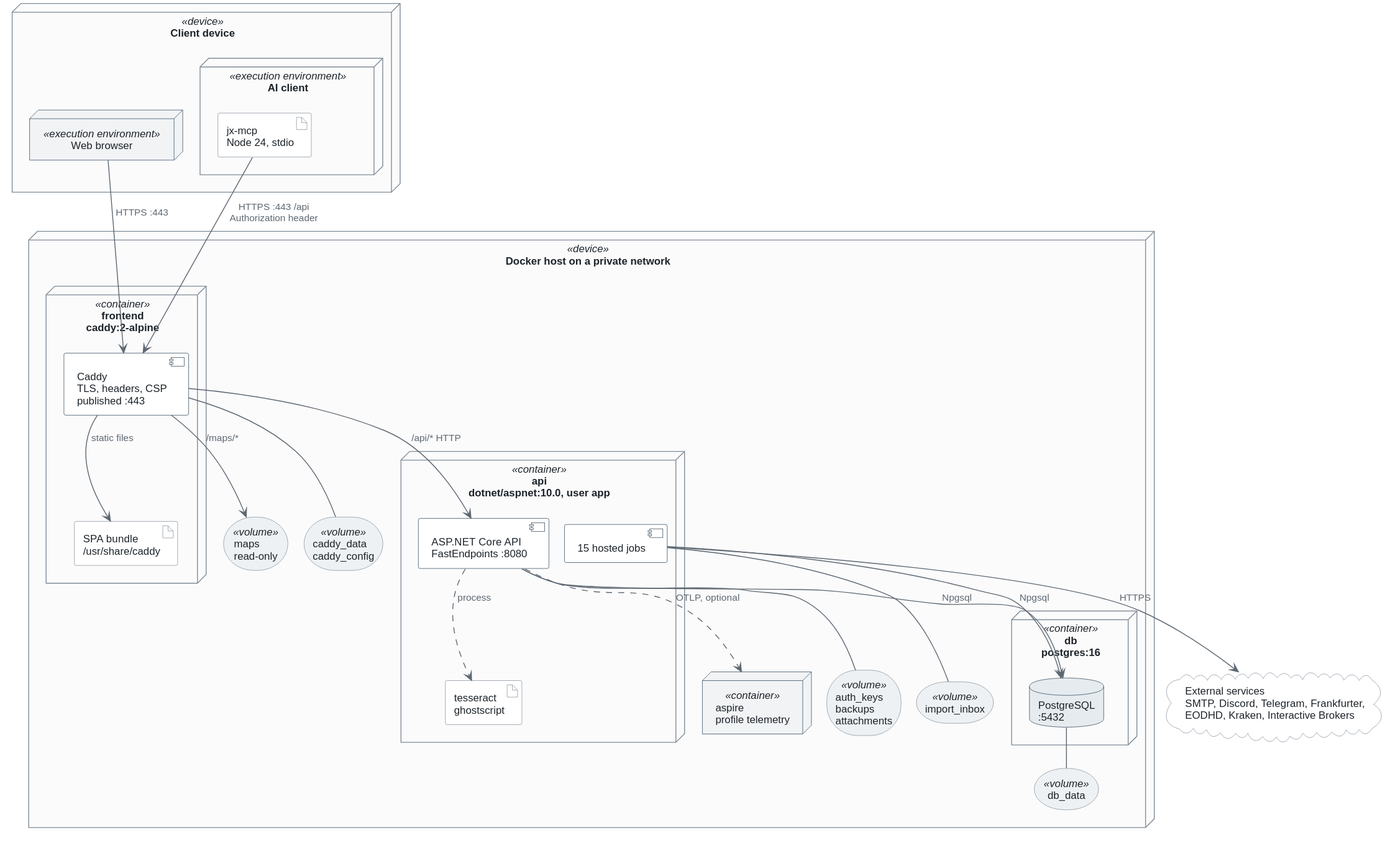
This is docs/architecture/diagrams/deployment.svg from Justxs/Jx-Finance, a PlantUML export, as it was before one commit.
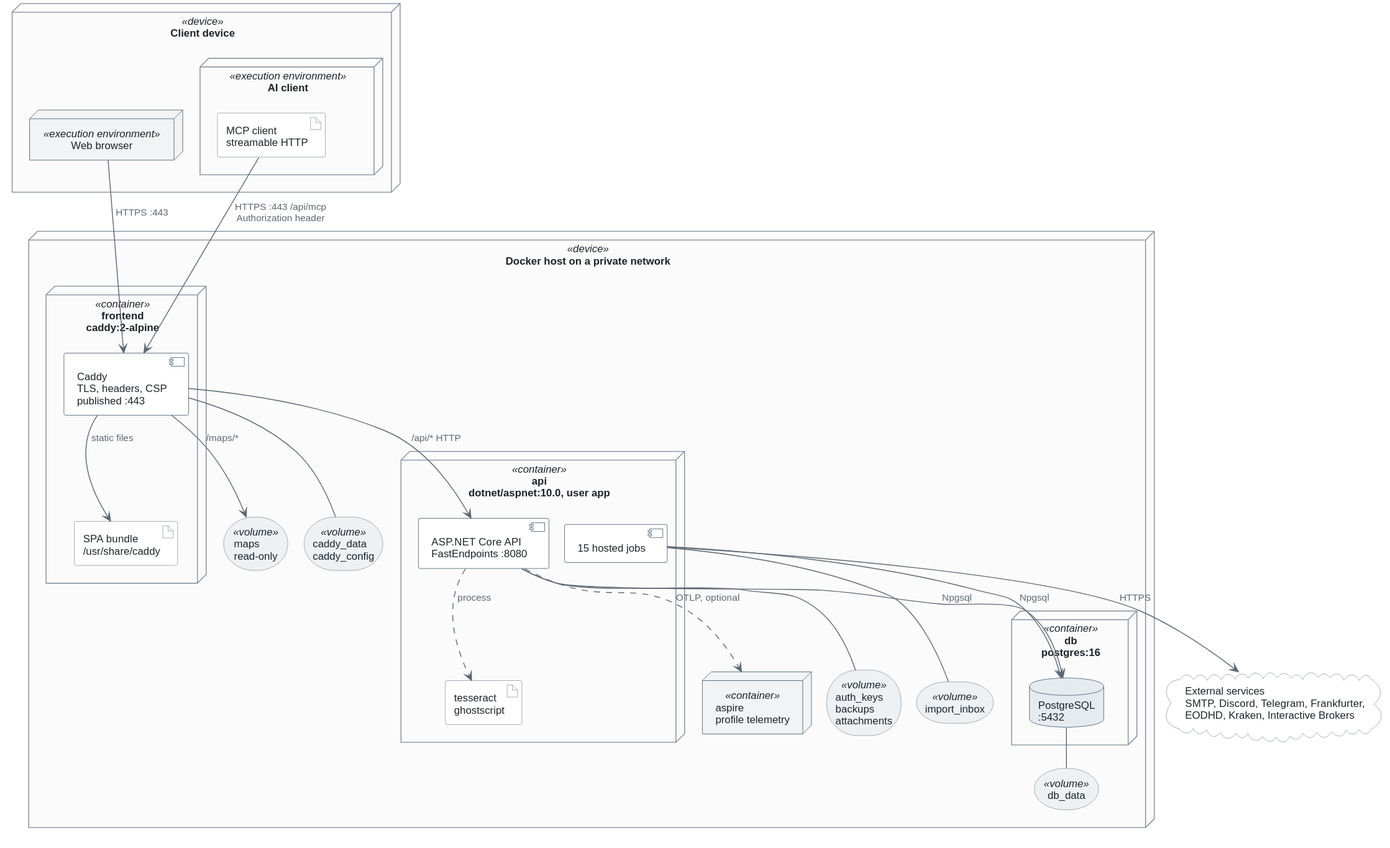
After the change.

The edit, as a diff of the source:
```diff
@@ -4,7 +4,7 @@
 node "Client device" <<device>> as client {
   node "Web browser" <<execution environment>> as browser
   node "AI client" <<execution environment>> as aiclient {
-    artifact "jx-mcp\nNode 24, stdio" as mcp
+    artifact "MCP client\nstreamable HTTP" as mcp
   }
 }
 
@@ -33,7 +33,7 @@
 cloud "External services\nSMTP, Discord, Telegram, Frankfurter,\nEODHD, Kraken, Interactive Brokers" as ext
 
 browser --> caddy : HTTPS :443
-mcp --> caddy : HTTPS :443 /api\nAuthorization header
+mcp --> caddy : HTTPS :443 /api/mcp\nAuthorization header
 caddy --> spa : static files
 caddy --> vmaps : /maps/*
 caddy -- vcaddy
```
